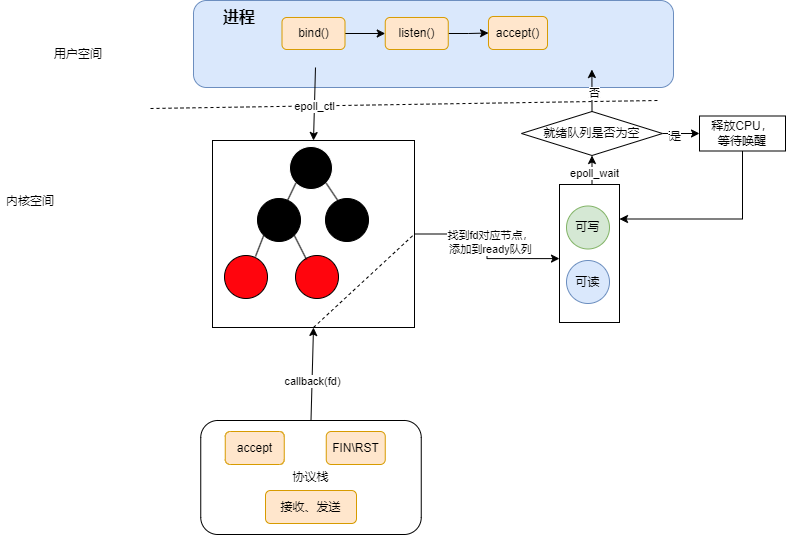
sirius-zyj/Images keeps this draw.io diagram as CS/OS/网络系统/epoll.drawio.png. Above is the earlier version. Source tidied: cells renumbered, new cells last; positions are measured from the earlier drawing's top-left corner, leaving out a move shared by most shapes.
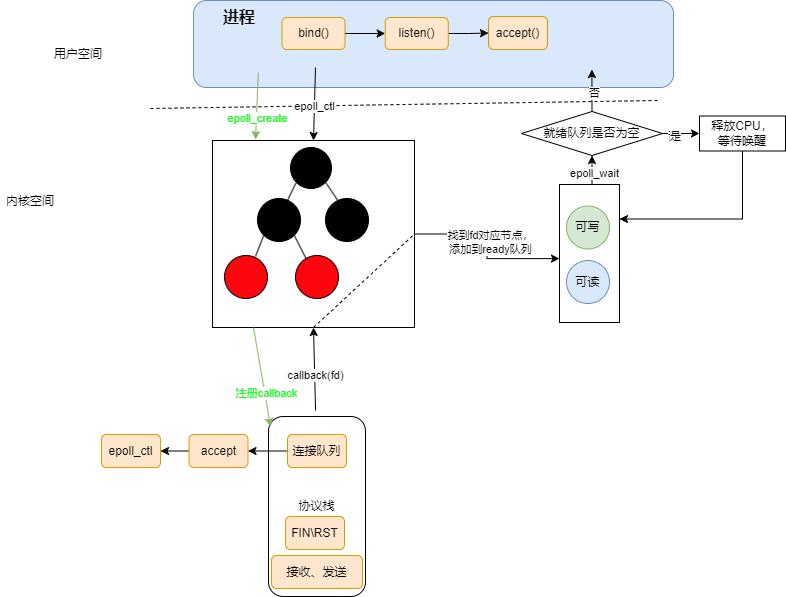
The same file after the commit.

Change to the diagram source:
```diff
@@ -78,18 +78,21 @@
       <mxGeometry x="209" y="2" width="60" height="30" as="geometry" />
     </mxCell>
     <mxCell id="24" value="协议栈" style="rounded=1;whiteSpace=wrap;html=1;" parent="1" vertex="1">
-      <mxGeometry x="200.2" y="420" width="220.5" height="114" as="geometry" />
+      <mxGeometry x="268" y="416" width="97" height="180" as="geometry" />
     </mxCell>
+    <mxCell id="47" style="edgeStyle=orthogonalEdgeStyle;rounded=0;jettySize=auto;html=1;exitX=0;exitY=0.5;exitDx=0;exitDy=0;entryX=1;entryY=0.5;entryDx=0;entryDy=0;" parent="1" edge="1" source="25" target="48">
+      <mxGeometry relative="1" as="geometry" />
+    </mxCell>
     <mxCell id="25" value="accept" style="rounded=1;whiteSpace=wrap;html=1;fillColor=#ffe6cc;strokeColor=#d79b00;" parent="1" vertex="1">
-      <mxGeometry x="224.8" y="431" width="59" height="33" as="geometry" />
+      <mxGeometry x="188.5" y="434" width="59" height="33" as="geometry" />
     </mxCell>
     <mxCell id="26" value="FIN\RST" style="rounded=1;whiteSpace=wrap;html=1;fillColor=#ffe6cc;strokeColor=#d79b00;" parent="1" vertex="1">
-      <mxGeometry x="325.8" y="431" width="59" height="33" as="geometry" />
+      <mxGeometry x="285" y="516" width="59" height="33" as="geometry" />
     </mxCell>
     <mxCell id="27" value="接收、发送" style="rounded=1;whiteSpace=wrap;html=1;fillColor=#ffe6cc;strokeColor=#d79b00;" parent="1" vertex="1">
-      <mxGeometry x="265" y="490" width="91" height="33" as="geometry" />
+      <mxGeometry x="271" y="555" width="91" height="33" as="geometry" />
     </mxCell>
-    <mxCell id="28" style="endArrow=classic;html=1;rounded=0;exitX=0.5;exitY=0;exitDx=0;exitDy=0;entryX=0.5;entryY=1;entryDx=0;entryDy=0;" parent="1" edge="1" source="24" target="3">
+    <mxCell id="28" style="endArrow=classic;html=1;rounded=0;entryX=0.5;entryY=1;entryDx=0;entryDy=0;exitX=0.485;exitY=-0.033;exitDx=0;exitDy=0;exitPerimeter=0;" parent="1" edge="1" source="24" target="3">
       <mxGeometry relative="1" as="geometry" />
     </mxCell>
     <mxCell id="29" value="callback(fd)" style="edgeLabel;html=1;align=center;verticalAlign=middle;" parent="28" vertex="1">
@@ -148,5 +151,28 @@
     <mxCell id="46" value="释放CPU，&lt;div&gt;等待唤醒&lt;/div&gt;" style="rounded=0;whiteSpace=wrap;html=1;" parent="1" vertex="1">
       <mxGeometry x="699" y="115.5" width="86" height="35" as="geometry" />
     </mxCell>
+    <mxCell id="48" value="epoll_ctl" style="rounded=1;whiteSpace=wrap;html=1;fillColor=#ffe6cc;strokeColor=#d79b00;" parent="1" vertex="1">
+      <mxGeometry x="101" y="434" width="59" height="33" as="geometry" />
+    </mxCell>
+    <mxCell id="49" style="edgeStyle=orthogonalEdgeStyle;rounded=0;jettySize=auto;html=1;exitX=0;exitY=0.5;exitDx=0;exitDy=0;entryX=1;entryY=0.5;entryDx=0;entryDy=0;" parent="1" edge="1" source="50" target="25">
+      <mxGeometry relative="1" as="geometry" />
+    </mxCell>
+    <mxCell id="50" value="连接队列" style="rounded=1;whiteSpace=wrap;html=1;fillColor=#ffe6cc;strokeColor=#d79b00;" parent="1" vertex="1">
+      <mxGeometry x="287" y="434" width="59" height="33" as="geometry" />
+    </mxCell>
+    <mxCell id="51" style="endArrow=classic;html=1;rounded=0;exitX=0.135;exitY=0.828;exitDx=0;exitDy=0;exitPerimeter=0;entryX=0.213;entryY=-0.005;entryDx=0;entryDy=0;entryPerimeter=0;fillColor=#d5e8d4;strokeColor=#82b366;fontColor=#19FF21;" parent="1" edge="1" source="2" target="3">
+      <mxGeometry relative="1" as="geometry" />
+    </mxCell>
+    <mxCell id="52" value="epoll_create" style="edgeLabel;html=1;align=center;verticalAlign=middle;fontColor=#19FF21;" parent="51" vertex="1">
+      <mxGeometry x="0.34" y="1" relative="1" as="geometry" />
+    </mxCell>
+    <mxCell id="53" style="endArrow=classic;html=1;rounded=0;exitX=0.135;exitY=0.828;exitDx=0;exitDy=0;exitPerimeter=0;entryX=0.021;entryY=0.056;entryDx=0;entryDy=0;entryPerimeter=0;fillColor=#d5e8d4;strokeColor=#82b366;fontColor=#19FF21;" parent="1" edge="1" target="24">
+      <mxGeometry relative="1" as="geometry">
+        <mxPoint x="253" y="327" as="sourcePoint" />
+      </mxGeometry>
+    </mxCell>
+    <mxCell id="54" value="注册callback" style="edgeLabel;html=1;align=center;verticalAlign=middle;fontColor=#19FF21;" parent="53" vertex="1">
+      <mxGeometry x="0.34" y="1" relative="1" as="geometry" />
+    </mxCell>
   </root>
 </mxGraphModel>
```
